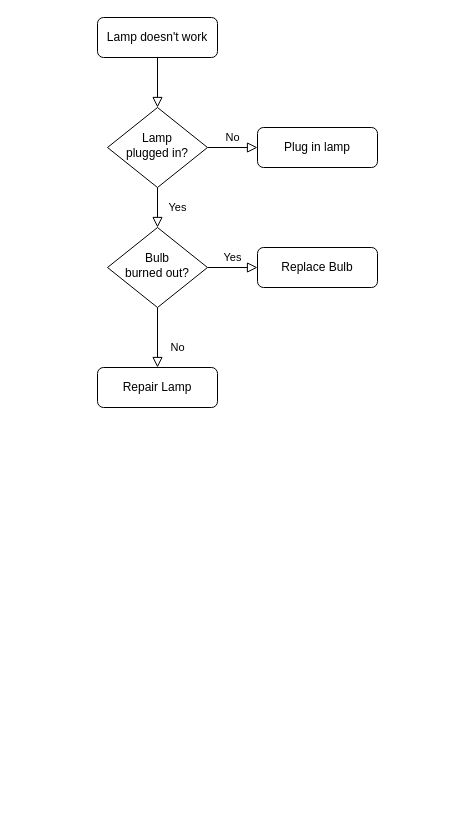
AndreTooGood/shh-dont-touch keeps this draw.io diagram as fibonacciFlowChart.drawio. Above is the earlier version. Source tidied: cells renumbered, new cells numbered last; positions are measured from the earlier drawing's top-left corner, leaving out a move shared by most shapes. Both pictures are drawn from the tidied source at 100%, with x=0, y=0 at pixel (97, 17).
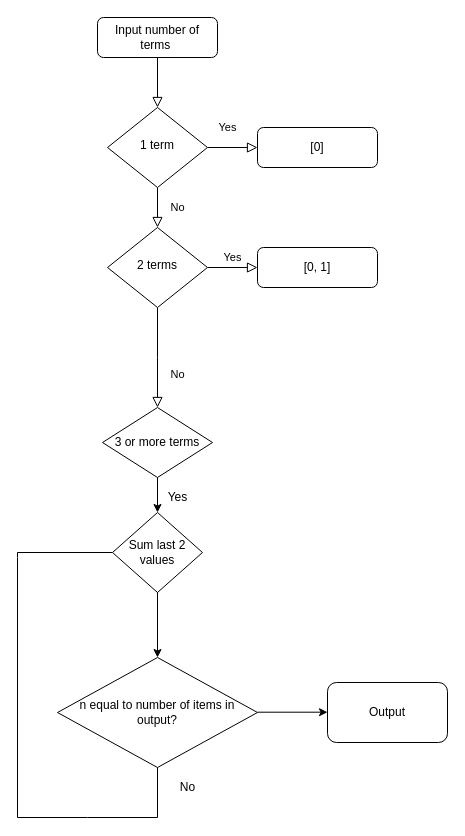
Above is the later version.

Diff of the diagram source:
```diff
@@
-    <mxCell id="3" value="Lamp doesn't work" style="rounded=1;whiteSpace=wrap;html=1;fontSize=12;glass=0;strokeWidth=1;shadow=0;" parent="1" vertex="1">
+    <mxCell id="3" value="Input number of terms&amp;nbsp;" style="rounded=1;whiteSpace=wrap;html=1;fontSize=12;glass=0;strokeWidth=1;shadow=0;" parent="1" vertex="1">
       <mxGeometry width="120" height="40" as="geometry" />
     </mxCell>
     <mxCell id="4" value="Yes" style="rounded=0;html=1;jettySize=auto;fontSize=11;endArrow=block;endFill=0;endSize=8;strokeWidth=1;shadow=0;labelBackgroundColor=none;edgeStyle=orthogonalEdgeStyle;" parent="1" edge="1" source="6" target="10">
-      <mxGeometry y="20" relative="1" as="geometry" />
+      <mxGeometry x="-1" y="92" relative="1" as="geometry">
+        <mxPoint x="-22" y="-60" as="offset" />
+      </mxGeometry>
     </mxCell>
     <mxCell id="5" value="No" style="edgeStyle=orthogonalEdgeStyle;rounded=0;html=1;jettySize=auto;fontSize=11;endArrow=block;endFill=0;endSize=8;strokeWidth=1;shadow=0;labelBackgroundColor=none;" parent="1" edge="1" source="6" target="7">
-      <mxGeometry y="10" relative="1" as="geometry" />
+      <mxGeometry x="-1" y="-67" relative="1" as="geometry">
+        <mxPoint x="-30" y="-7" as="offset" />
+      </mxGeometry>
     </mxCell>
-    <mxCell id="6" value="Lamp&lt;br&gt;plugged in?" style="rhombus;whiteSpace=wrap;html=1;shadow=0;fontFamily=Helvetica;fontSize=12;align=center;strokeWidth=1;spacing=6;spacingTop=-4;" parent="1" vertex="1">
+    <mxCell id="6" value="1 term" style="rhombus;whiteSpace=wrap;html=1;shadow=0;fontFamily=Helvetica;fontSize=12;align=center;strokeWidth=1;spacing=6;spacingTop=-4;" parent="1" vertex="1">
       <mxGeometry x="10" y="90" width="100" height="80" as="geometry" />
     </mxCell>
-    <mxCell id="7" value="Plug in lamp" style="rounded=1;whiteSpace=wrap;html=1;fontSize=12;glass=0;strokeWidth=1;shadow=0;" parent="1" vertex="1">
+    <mxCell id="7" value="[0]" style="rounded=1;whiteSpace=wrap;html=1;fontSize=12;glass=0;strokeWidth=1;shadow=0;" parent="1" vertex="1">
       <mxGeometry x="160" y="110" width="120" height="40" as="geometry" />
     </mxCell>
-    <mxCell id="8" value="No" style="rounded=0;html=1;jettySize=auto;fontSize=11;endArrow=block;endFill=0;endSize=8;strokeWidth=1;shadow=0;labelBackgroundColor=none;edgeStyle=orthogonalEdgeStyle;" parent="1" edge="1" source="10" target="11">
-      <mxGeometry x="0.33" y="20" relative="1" as="geometry" />
+    <mxCell id="8" value="No" style="rounded=0;html=1;jettySize=auto;fontSize=11;endArrow=block;endFill=0;endSize=8;strokeWidth=1;shadow=0;labelBackgroundColor=none;edgeStyle=orthogonalEdgeStyle;" parent="1" edge="1" source="10">
+      <mxGeometry x="0.33" y="20" relative="1" as="geometry">
+        <mxPoint x="60" y="390" as="targetPoint" />
+      </mxGeometry>
     </mxCell>
@@
-    <mxCell id="10" value="Bulb&lt;br&gt;burned out?" style="rhombus;whiteSpace=wrap;html=1;shadow=0;fontFamily=Helvetica;fontSize=12;align=center;strokeWidth=1;spacing=6;spacingTop=-4;" parent="1" vertex="1">
+    <mxCell id="10" value="2 terms" style="rhombus;whiteSpace=wrap;html=1;shadow=0;fontFamily=Helvetica;fontSize=12;align=center;strokeWidth=1;spacing=6;spacingTop=-4;" parent="1" vertex="1">
       <mxGeometry x="10" y="210" width="100" height="80" as="geometry" />
     </mxCell>
-    <mxCell id="11" value="Repair Lamp" style="rounded=1;whiteSpace=wrap;html=1;fontSize=12;glass=0;strokeWidth=1;shadow=0;" parent="1" vertex="1">
-      <mxGeometry y="350" width="120" height="40" as="geometry" />
-    </mxCell>
-    <mxCell id="12" value="Replace Bulb" style="rounded=1;whiteSpace=wrap;html=1;fontSize=12;glass=0;strokeWidth=1;shadow=0;" parent="1" vertex="1">
+    <mxCell id="12" value="[0, 1]" style="rounded=1;whiteSpace=wrap;html=1;fontSize=12;glass=0;strokeWidth=1;shadow=0;" parent="1" vertex="1">
       <mxGeometry x="160" y="230" width="120" height="40" as="geometry" />
     </mxCell>
+    <mxCell id="13" value="3 or more terms&lt;br&gt;" style="rhombus;whiteSpace=wrap;html=1;" parent="1" vertex="1">
+      <mxGeometry x="5" y="390" width="110" height="70" as="geometry" />
+    </mxCell>
+    <mxCell id="14" value="Sum last 2 values" style="rhombus;whiteSpace=wrap;html=1;" parent="1" vertex="1">
+      <mxGeometry x="15" y="495" width="90" height="80" as="geometry" />
+    </mxCell>
+    <mxCell id="15" style="endArrow=classic;html=1;rounded=0;exitX=0.5;exitY=1;exitDx=0;exitDy=0;" parent="1" edge="1" source="13" target="14">
+      <mxGeometry relative="1" as="geometry" />
+    </mxCell>
+    <mxCell id="16" value="Yes" style="text;html=1;align=center;verticalAlign=middle;strokeColor=none;fillColor=none;" parent="1" vertex="1">
+      <mxGeometry x="60" y="465" width="40" height="30" as="geometry" />
+    </mxCell>
+    <mxCell id="17" style="endArrow=classic;html=1;rounded=0;" parent="1" edge="1">
+      <mxGeometry relative="1" as="geometry">
+        <mxPoint x="60" y="580" as="sourcePoint" />
+        <mxPoint x="60" y="640" as="targetPoint" />
+        <Array as="points">
+          <mxPoint x="60" y="575" />
+        </Array>
+      </mxGeometry>
+    </mxCell>
+    <mxCell id="18" value="n equal to number of items in output?" style="rhombus;whiteSpace=wrap;html=1;" parent="1" vertex="1">
+      <mxGeometry x="-40" y="640" width="200" height="110" as="geometry" />
+    </mxCell>
+    <mxCell id="19" style="endArrow=none;html=1;rounded=0;" parent="1" edge="1">
+      <mxGeometry relative="1" as="geometry">
+        <mxPoint x="-80" y="540" as="sourcePoint" />
+        <mxPoint x="60" y="750" as="targetPoint" />
+        <Array as="points">
+          <mxPoint x="-80" y="800" />
+          <mxPoint x="-10" y="800" />
+          <mxPoint x="60" y="800" />
+        </Array>
+      </mxGeometry>
+    </mxCell>
+    <mxCell id="20" style="endArrow=none;html=1;rounded=0;entryX=0;entryY=0.5;entryDx=0;entryDy=0;" parent="1" edge="1" target="14">
+      <mxGeometry relative="1" as="geometry">
+        <mxPoint x="-80" y="540" as="sourcePoint" />
+        <Array as="points">
+          <mxPoint x="-80" y="535" />
+        </Array>
+      </mxGeometry>
+    </mxCell>
+    <mxCell id="21" value="No" style="text;html=1;align=center;verticalAlign=middle;strokeColor=none;fillColor=none;" parent="1" vertex="1">
+      <mxGeometry x="70" y="755" width="40" height="30" as="geometry" />
+    </mxCell>
+    <mxCell id="22" style="endArrow=classic;html=1;rounded=0;" parent="1" edge="1">
+      <mxGeometry relative="1" as="geometry">
+        <mxPoint x="160" y="694.7" as="sourcePoint" />
+        <mxPoint x="230" y="694.7" as="targetPoint" />
+      </mxGeometry>
+    </mxCell>
+    <mxCell id="23" value="Output" style="rounded=1;whiteSpace=wrap;html=1;" parent="1" vertex="1">
+      <mxGeometry x="230" y="665" width="120" height="60" as="geometry" />
+    </mxCell>
```
